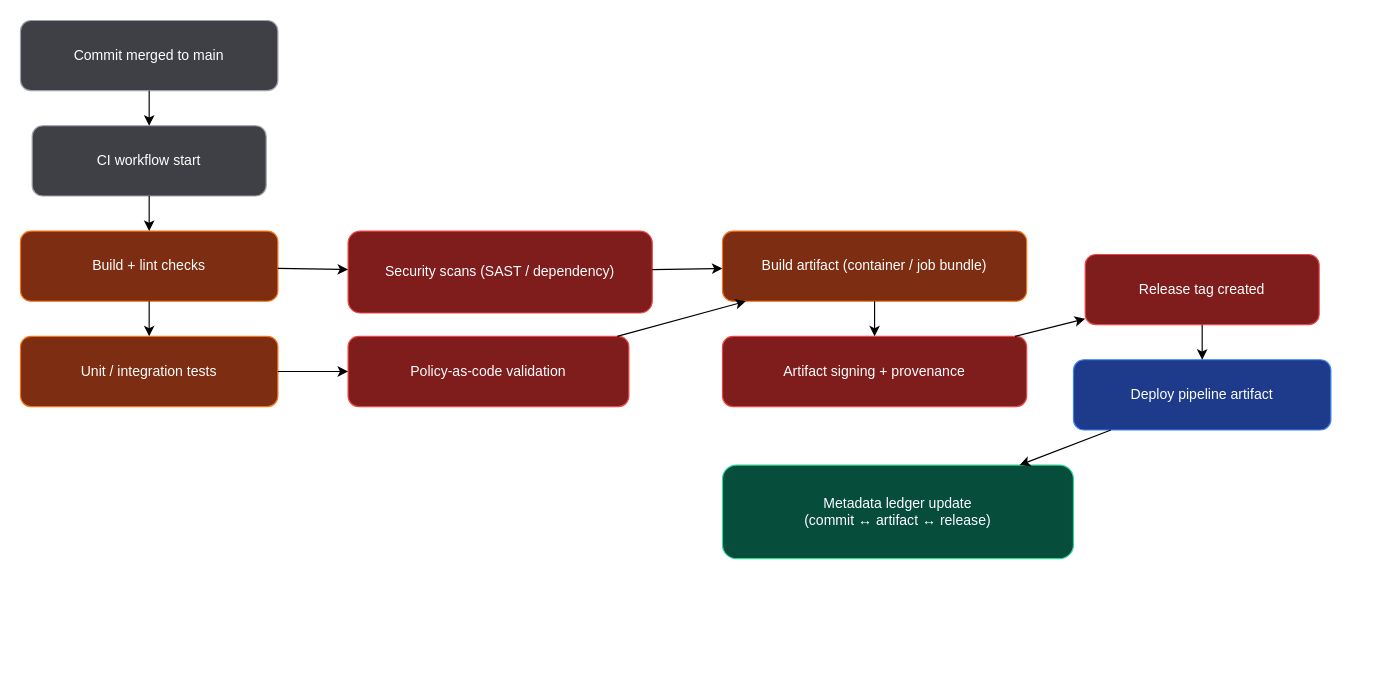
Before: diagrams/proposed_pipeline/process_maps/ci_cd_process.drawio in SilverPeak2299/Thesis, a draw.io diagram. Source tidied: cells renumbered, new cells numbered last; positions are measured from the earlier drawing's top-left corner, leaving out a move shared by most shapes. Both pictures are drawn from the tidied source at 117%, with x=0, y=0 at pixel (20, 20).
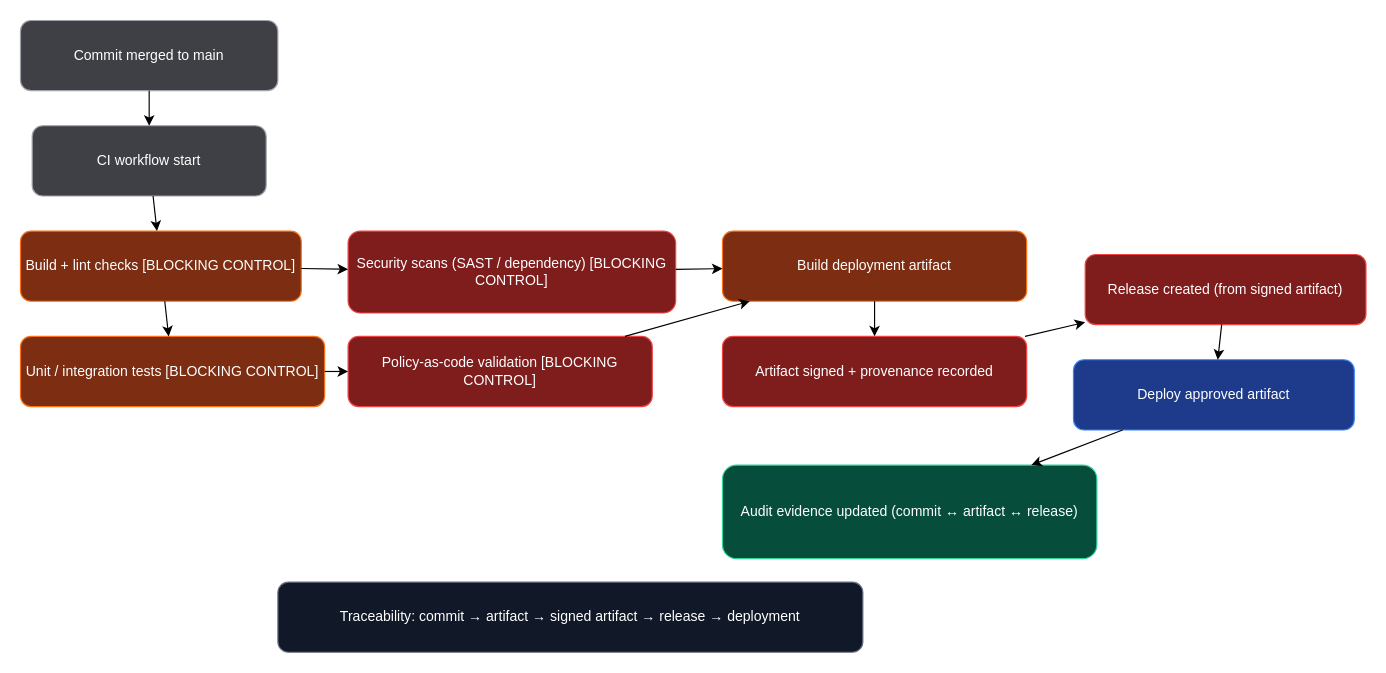
After the change.

Commit message (it also covers changes not shown here):
Updated Process maps

Diff of the diagram source:
```diff
@@
-    <mxCell id="4" value="Build + lint checks" style="rounded=1;whiteSpace=wrap;html=1;fillColor=#7c2d12;strokeColor=#f97316;fontColor=#ffffff;" parent="1" vertex="1">
-      <mxGeometry y="180" width="220" height="60" as="geometry" />
+    <mxCell id="4" value="Build + lint checks [BLOCKING CONTROL]" style="rounded=1;whiteSpace=wrap;html=1;fillColor=#7c2d12;strokeColor=#f97316;fontColor=#ffffff;" parent="1" vertex="1">
+      <mxGeometry y="180" width="240" height="60" as="geometry" />
     </mxCell>
-    <mxCell id="5" value="Unit / integration tests" style="rounded=1;whiteSpace=wrap;html=1;fillColor=#7c2d12;strokeColor=#f97316;fontColor=#ffffff;" parent="1" vertex="1">
-      <mxGeometry y="270" width="220" height="60" as="geometry" />
+    <mxCell id="5" value="Unit / integration tests [BLOCKING CONTROL]" style="rounded=1;whiteSpace=wrap;html=1;fillColor=#7c2d12;strokeColor=#f97316;fontColor=#ffffff;" parent="1" vertex="1">
+      <mxGeometry y="270" width="260" height="60" as="geometry" />
     </mxCell>
-    <mxCell id="6" value="Security scans (SAST / dependency)" style="rounded=1;whiteSpace=wrap;html=1;fillColor=#7f1d1d;strokeColor=#ef4444;fontColor=#ffffff;" parent="1" vertex="1">
-      <mxGeometry x="280" y="180" width="260" height="70" as="geometry" />
+    <mxCell id="6" value="Security scans (SAST / dependency) [BLOCKING CONTROL]" style="rounded=1;whiteSpace=wrap;html=1;fillColor=#7f1d1d;strokeColor=#ef4444;fontColor=#ffffff;" parent="1" vertex="1">
+      <mxGeometry x="280" y="180" width="280" height="70" as="geometry" />
     </mxCell>
-    <mxCell id="7" value="Policy-as-code validation" style="rounded=1;whiteSpace=wrap;html=1;fillColor=#7f1d1d;strokeColor=#ef4444;fontColor=#ffffff;" parent="1" vertex="1">
-      <mxGeometry x="280" y="270" width="240" height="60" as="geometry" />
+    <mxCell id="7" value="Policy-as-code validation [BLOCKING CONTROL]" style="rounded=1;whiteSpace=wrap;html=1;fillColor=#7f1d1d;strokeColor=#ef4444;fontColor=#ffffff;" parent="1" vertex="1">
+      <mxGeometry x="280" y="270" width="260" height="60" as="geometry" />
     </mxCell>
-    <mxCell id="8" value="Build artifact (container / job bundle)" style="rounded=1;whiteSpace=wrap;html=1;fillColor=#7c2d12;strokeColor=#f97316;fontColor=#ffffff;" parent="1" vertex="1">
+    <mxCell id="8" value="Build deployment artifact" style="rounded=1;whiteSpace=wrap;html=1;fillColor=#7c2d12;strokeColor=#f97316;fontColor=#ffffff;" parent="1" vertex="1">
       <mxGeometry x="600" y="180" width="260" height="60" as="geometry" />
     </mxCell>
-    <mxCell id="9" value="Artifact signing + provenance" style="rounded=1;whiteSpace=wrap;html=1;fillColor=#7f1d1d;strokeColor=#ef4444;fontColor=#ffffff;" parent="1" vertex="1">
+    <mxCell id="9" value="Artifact signed + provenance recorded" style="rounded=1;whiteSpace=wrap;html=1;fillColor=#7f1d1d;strokeColor=#ef4444;fontColor=#ffffff;" parent="1" vertex="1">
       <mxGeometry x="600" y="270" width="260" height="60" as="geometry" />
     </mxCell>
-    <mxCell id="10" value="Release tag created" style="rounded=1;whiteSpace=wrap;html=1;fillColor=#7f1d1d;strokeColor=#ef4444;fontColor=#ffffff;" parent="1" vertex="1">
-      <mxGeometry x="910" y="200" width="200" height="60" as="geometry" />
+    <mxCell id="10" value="Release created (from signed artifact)" style="rounded=1;whiteSpace=wrap;html=1;fillColor=#7f1d1d;strokeColor=#ef4444;fontColor=#ffffff;" parent="1" vertex="1">
+      <mxGeometry x="910" y="200" width="240" height="60" as="geometry" />
     </mxCell>
-    <mxCell id="11" value="Deploy pipeline artifact" style="rounded=1;whiteSpace=wrap;html=1;fillColor=#1e3a8a;strokeColor=#3b82f6;fontColor=#ffffff;" parent="1" vertex="1">
-      <mxGeometry x="900" y="290" width="220" height="60" as="geometry" />
+    <mxCell id="11" value="Deploy approved artifact" style="rounded=1;whiteSpace=wrap;html=1;fillColor=#1e3a8a;strokeColor=#3b82f6;fontColor=#ffffff;" parent="1" vertex="1">
+      <mxGeometry x="900" y="290" width="240" height="60" as="geometry" />
     </mxCell>
-    <mxCell id="12" value="Metadata ledger update&#10;(commit ↔ artifact ↔ release)" style="rounded=1;whiteSpace=wrap;html=1;fillColor=#064e3b;strokeColor=#34d399;fontColor=#ffffff;" parent="1" vertex="1">
-      <mxGeometry x="600" y="380" width="300" height="80" as="geometry" />
+    <mxCell id="12" value="Audit evidence updated (commit ↔ artifact ↔ release)" style="rounded=1;whiteSpace=wrap;html=1;fillColor=#064e3b;strokeColor=#34d399;fontColor=#ffffff;" parent="1" vertex="1">
+      <mxGeometry x="600" y="380" width="320" height="80" as="geometry" />
     </mxCell>
+    <mxCell id="24" value="Traceability: commit → artifact → signed artifact → release → deployment" style="rounded=1;whiteSpace=wrap;html=1;fillColor=#111827;strokeColor=#6b7280;fontColor=#ffffff;" parent="1" vertex="1">
+      <mxGeometry x="220" y="480" width="500" height="60" as="geometry" />
+    </mxCell>
```
